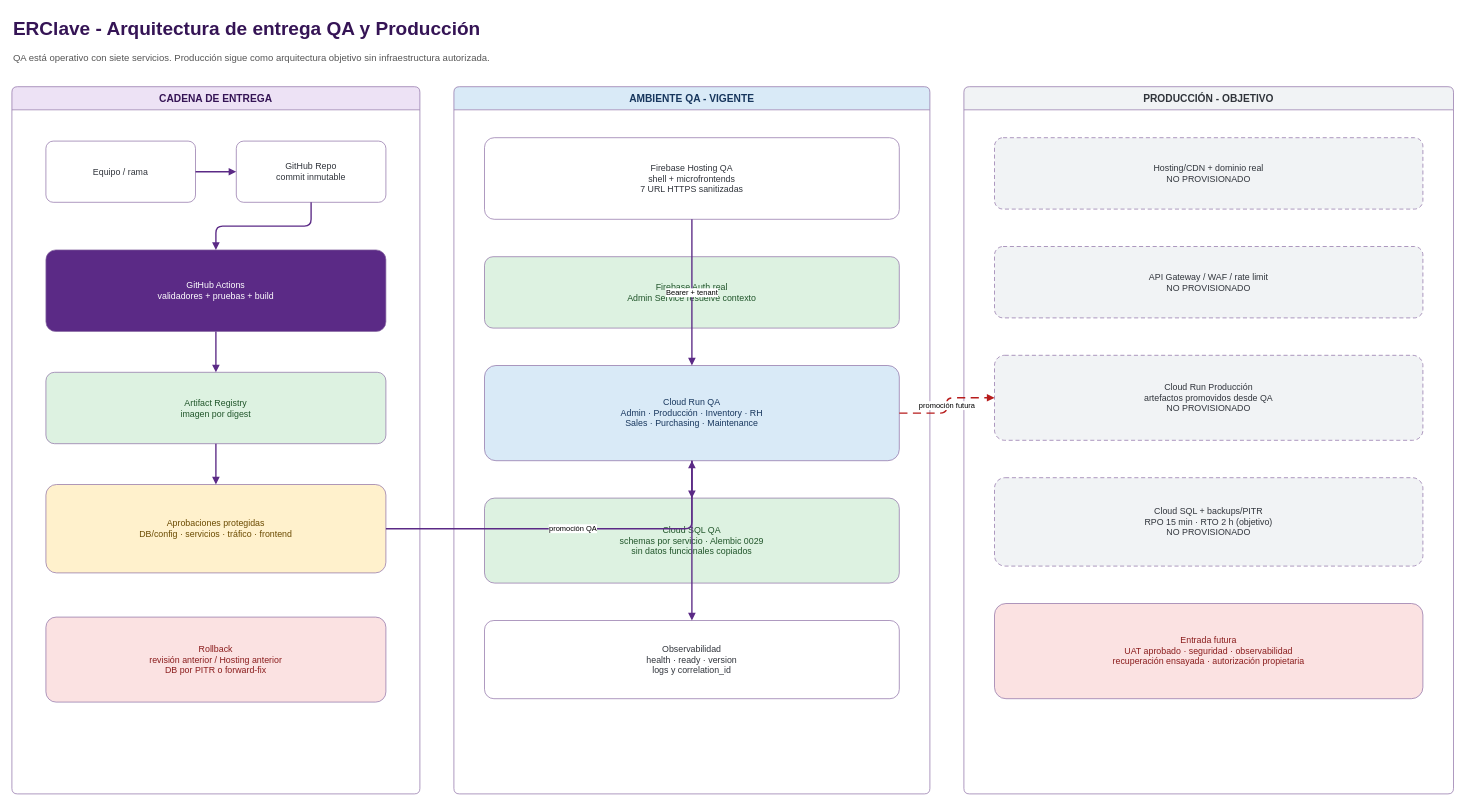
Before: docs/arquitectura/diagramas/arquitectura_qa_prod.drawio in ChemaPsan/eslaclave-erclave, a draw.io diagram. Source tidied: cells renumbered, new cells numbered last; positions are measured from the earlier drawing's top-left corner, leaving out a move shared by most shapes. Both pictures are drawn from the tidied source at 68%, with x=0, y=0 at pixel (12, 12).
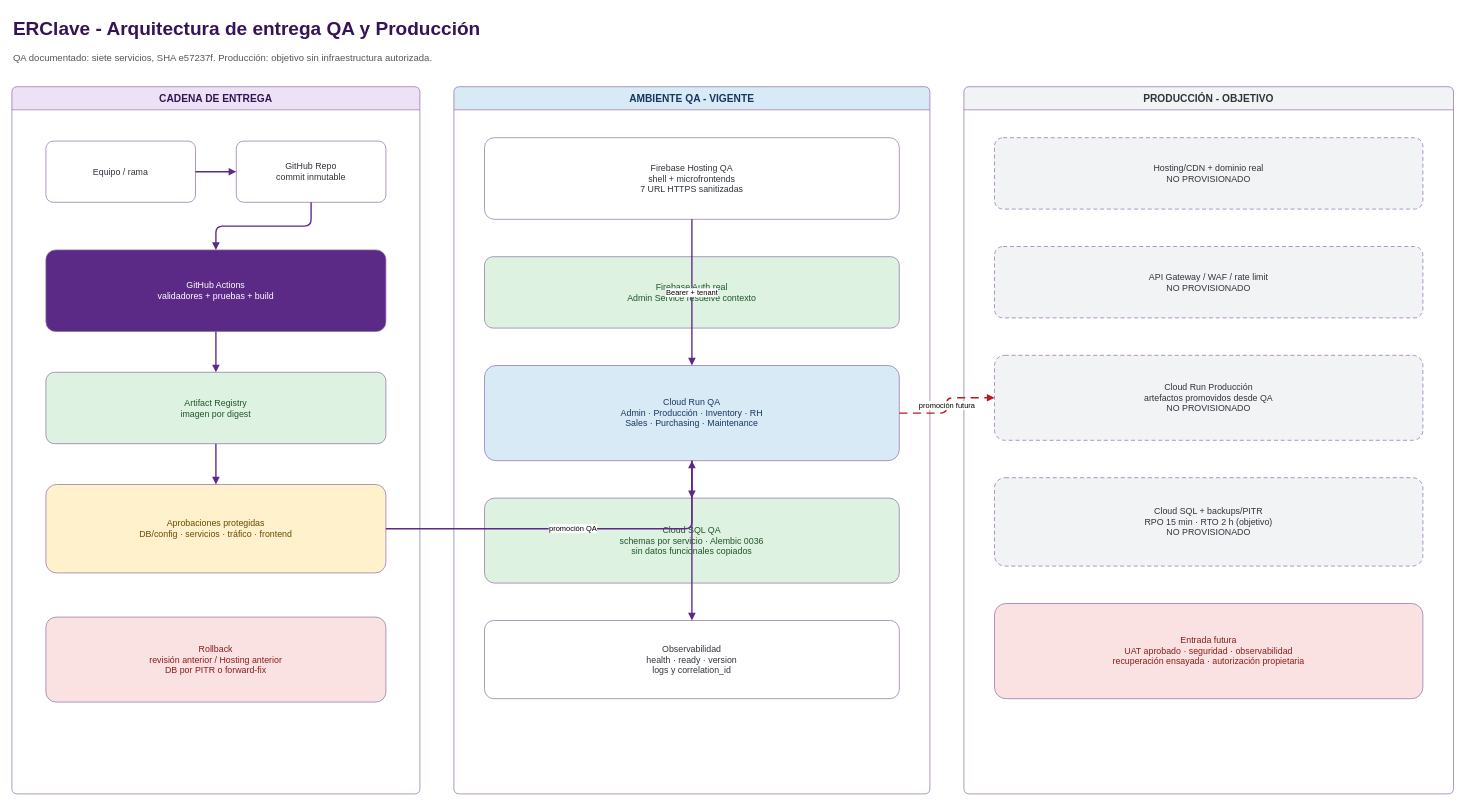
After the change.

Change to the diagram source:
```diff
@@
-    <mxCell id="3" value="QA está operativo con siete servicios. Producción sigue como arquitectura objetivo sin infraestructura autorizada." style="text;html=1;strokeColor=none;fillColor=none;align=left;verticalAlign=top;fontSize=14;fontColor=#555555;whiteSpace=wrap;" parent="1" vertex="1">
+    <mxCell id="3" value="QA documentado: siete servicios, SHA e57237f. Producción: objetivo sin infraestructura autorizada." style="text;html=1;strokeColor=none;fillColor=none;align=left;verticalAlign=top;fontSize=14;fontColor=#555555;whiteSpace=wrap;" parent="1" vertex="1">
       <mxGeometry y="52" width="2120" height="46" as="geometry" />
     </mxCell>
@@
-    <mxCell id="15" value="Cloud SQL QA&lt;br&gt;schemas por servicio · Alembic 0029&lt;br&gt;sin datos funcionales copiados" style="rounded=1;whiteSpace=wrap;html=1;arcSize=12;fillColor=#DDF2E1;strokeColor=#8A6AA3;fontColor=#20552A;fontSize=13;spacing=8;" parent="1" vertex="1">
+    <mxCell id="15" value="Cloud SQL QA&lt;br&gt;schemas por servicio · Alembic 0036&lt;br&gt;sin datos funcionales copiados" style="rounded=1;whiteSpace=wrap;html=1;arcSize=12;fillColor=#DDF2E1;strokeColor=#8A6AA3;fontColor=#20552A;fontSize=13;spacing=8;" parent="1" vertex="1">
       <mxGeometry x="695" y="715" width="610" height="125" as="geometry" />
     </mxCell>
```
